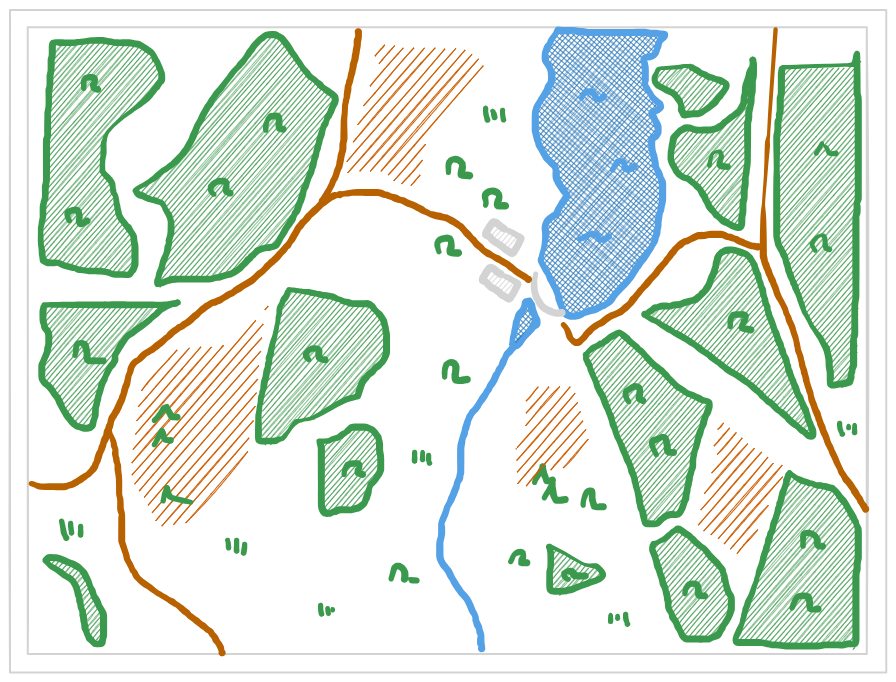
Above: scenarios/ressources/tudulinna-layout.excalidraw.png in christsven/H.E.A.T (Excalidraw), before the change. Source tidied: one line per element, renumbered; positions are measured from the earlier drawing's top-left corner, leaving out a move shared by most shapes.
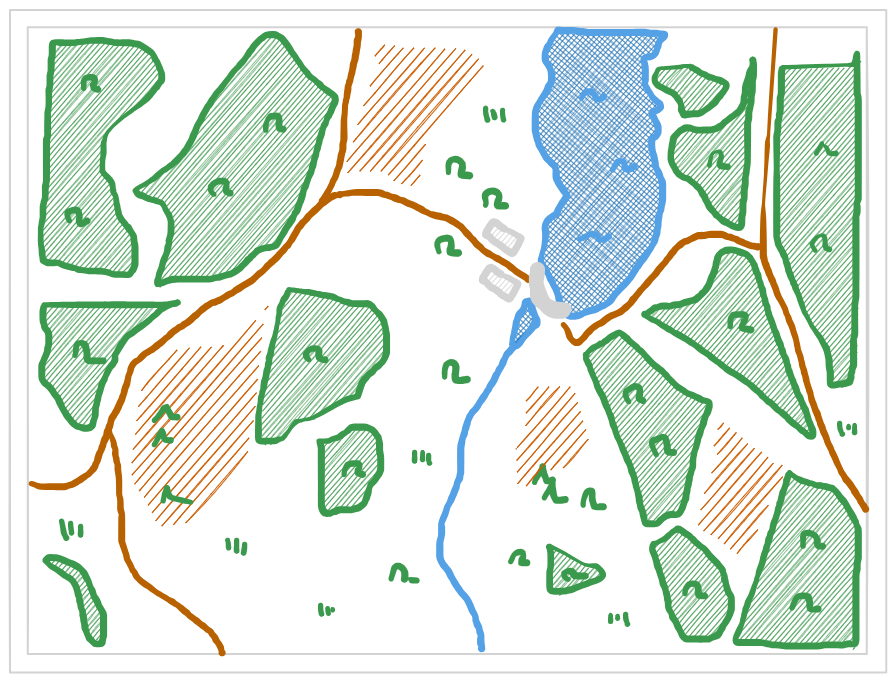
The same diagram one commit later.

Commit message:
move pictures out of table for more consistent layout

Diff of the diagram source:
```diff
@@ -83,3 +83,5 @@
 {"id": 82, "type": "freedraw", "strokeColor": "#2f9e44", "strokeWidth": 1, "roughness": 1, "x": 52, "y": 511, "width": 5, "height": 17, "points": [[0, 0], [1, 0], [1, 1], [1, 2], [1, 4], [1, 6], [1, 7], [2, 8], [2, 10], [2, 11], [2, 12], [3, 13], [3, 15], [4, 16], [5, 17], [5, 17]]}
 {"id": 83, "type": "freedraw", "strokeColor": "#2f9e44", "strokeWidth": 1, "roughness": 1, "x": 61, "y": 513, "width": 1, "height": 10, "points": [[0, 0], [0, 1], [0, 2], [0, 3], [0, 4], [0, 6], [1, 7], [1, 8], [1, 9], [1, 10], [1, 10]]}
 {"id": 84, "type": "freedraw", "strokeColor": "#2f9e44", "strokeWidth": 1, "roughness": 1, "x": 71, "y": 516, "width": 0, "height": 9, "points": [[0, 0], [0, 1], [0, 2], [0, 3], [0, 4], [0, 5], [0, 6], [0, 7], [0, 8], [0, 9], [0, 9]]}
+{"id": 85, "type": "line", "strokeColor": "#1e1e1e", "strokeWidth": 2, "roughness": 1, "round": true, "x": 527, "y": 261, "width": 1, "height": 29, "points": [[0, 0], [-1, 29]]}
+{"id": 86, "type": "freedraw", "strokeColor": "#1e1e1e", "strokeWidth": 2, "roughness": 1, "x": 528, "y": 257, "width": 29, "height": 44, "points": [[0, 0], [0, 5], [-1, 9], [-1, 14], [-1, 19], [-1, 24], [-1, 29], [0, 33], [4, 34], [7, 36], [11, 38], [15, 40], [19, 42], [24, 42], [28, 43], [24, 44], [19, 44], [14, 44], [11, 42], [9, 39], [7, 36], [5, 33], [3, 30], [2, 25], [1, 21], [-1, 18], [-1, 13], [-1, 8], [0, 0]]}
```
